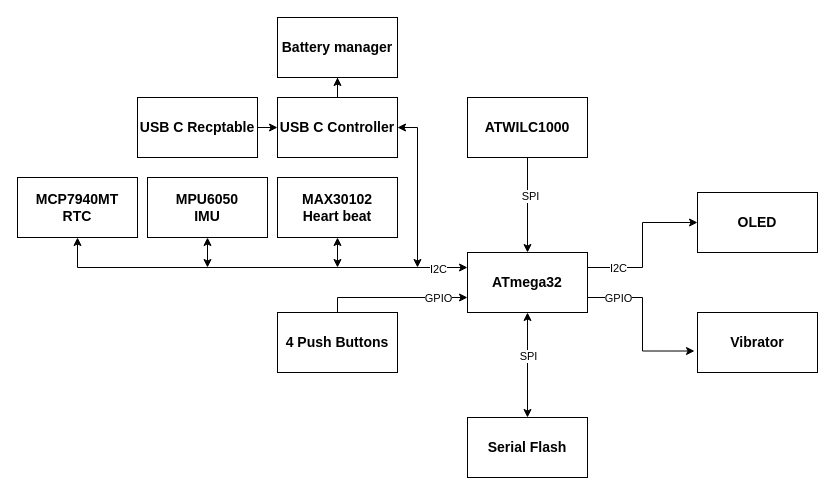
Above: MEDWatch_ORG/MedicalWatch.drawio in mend0z0/CProjects (draw.io), before the change. Source tidied: cells renumbered, new cells numbered last; positions are measured from the earlier drawing's top-left corner, leaving out a move shared by most shapes. Both pictures are drawn from the tidied source at 100%, with x=0, y=0 at pixel (17, 17).
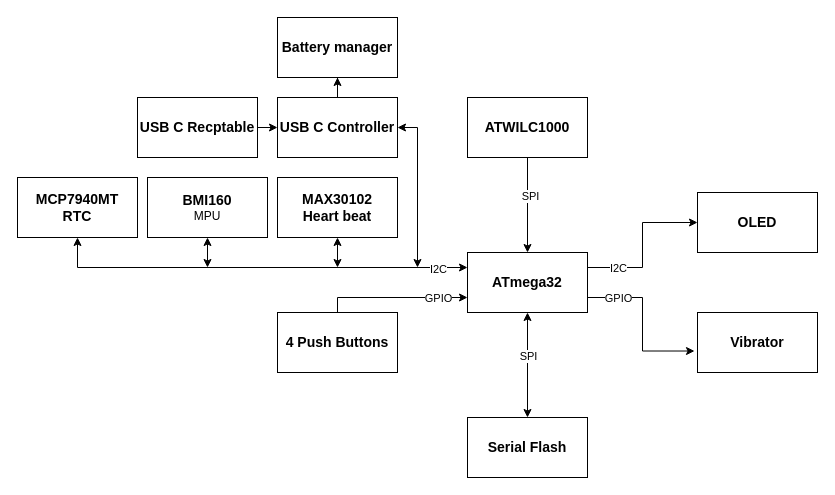
The same diagram, later.

Change to the diagram source:
```diff
@@
-    <mxCell id="8" value="&lt;font style=&quot;font-size: 14px;&quot;&gt;&lt;b&gt;MPU6050&lt;br&gt;IMU&lt;/b&gt;&lt;/font&gt;" style="whiteSpace=wrap;html=1;" parent="1" vertex="1">
+    <mxCell id="8" value="&lt;span style=&quot;font-size: 14px;&quot;&gt;&lt;b&gt;BMI160&lt;br&gt;&lt;/b&gt;&lt;/span&gt;MPU" style="whiteSpace=wrap;html=1;" parent="1" vertex="1">
       <mxGeometry x="130" y="160" width="120" height="60" as="geometry" />
     </mxCell>
```
